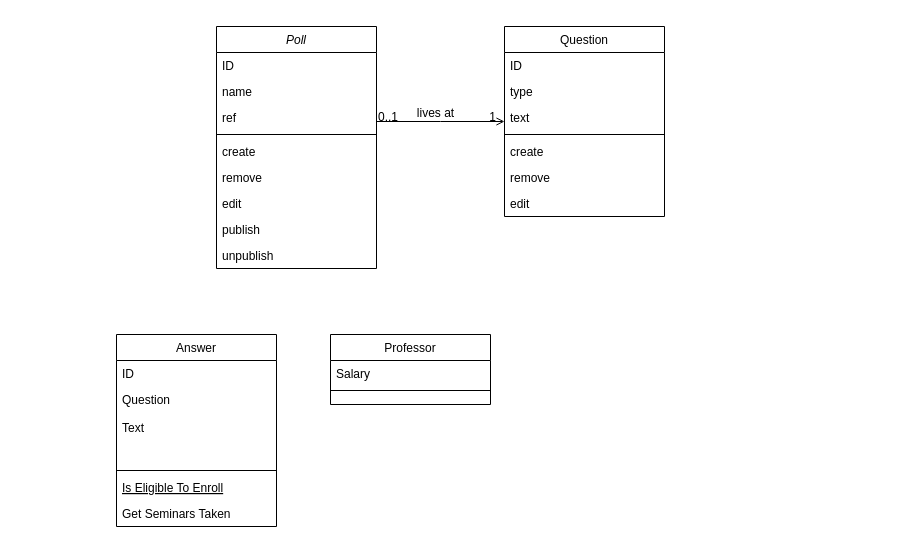
Above: diagrams/Диаграмма классов.drawio in alisiya89/DisTest (draw.io), before the change. Source tidied: cells renumbered, new cells numbered last; positions are measured from the earlier drawing's top-left corner, leaving out a move shared by most shapes. Both pictures are drawn from the tidied source at 100%, with x=0, y=0 at pixel (116, 26).
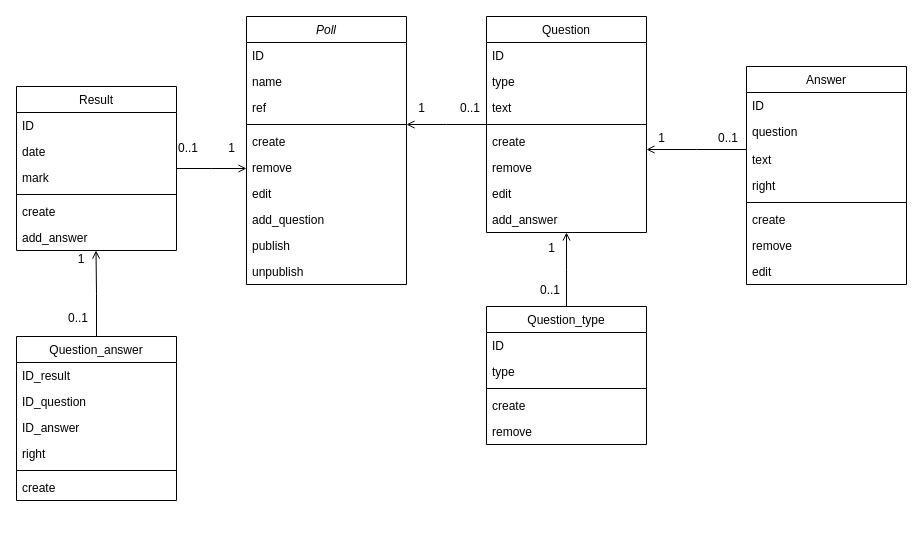
After the change.

Change to the diagram source:
```diff
@@
     <mxCell id="2" value="Poll" style="swimlane;fontStyle=2;align=center;verticalAlign=top;horizontal=1;startSize=26;rounded=0;shadow=0;strokeWidth=1;" parent="1" vertex="1">
-      <mxGeometry x="100" width="160" height="242" as="geometry" />
+      <mxGeometry x="130" y="-10" width="160" height="268" as="geometry" />
     </mxCell>
@@
+    <mxCell id="35" value="add_question" style="text;align=left;verticalAlign=top;spacingLeft=4;spacingRight=4;overflow=hidden;rounded=0;shadow=0;html=0;" parent="2" vertex="1">
+      <mxGeometry y="190" width="160" height="26" as="geometry" />
+    </mxCell>
     <mxCell id="10" value="publish" style="text;align=left;verticalAlign=top;spacingLeft=4;spacingRight=4;overflow=hidden;rounded=0;shadow=0;html=0;" parent="2" vertex="1">
-      <mxGeometry y="190" width="160" height="26" as="geometry" />
+      <mxGeometry y="216" width="160" height="26" as="geometry" />
     </mxCell>
     <mxCell id="11" value="unpublish" style="text;align=left;verticalAlign=top;spacingLeft=4;spacingRight=4;overflow=hidden;rounded=0;shadow=0;html=0;" parent="2" vertex="1">
-      <mxGeometry y="216" width="160" height="26" as="geometry" />
+      <mxGeometry y="242" width="160" height="26" as="geometry" />
     </mxCell>
     <mxCell id="12" value="Answer" style="swimlane;fontStyle=0;align=center;verticalAlign=top;horizontal=1;startSize=26;rounded=0;shadow=0;strokeWidth=1;" parent="1" vertex="1">
-      <mxGeometry y="308" width="160" height="192" as="geometry" />
+      <mxGeometry x="630" y="40" width="160" height="218" as="geometry" />
     </mxCell>
@@
-    <mxCell id="14" value="Question" style="text;align=left;verticalAlign=top;spacingLeft=4;spacingRight=4;overflow=hidden;rounded=0;shadow=0;html=0;" parent="12" vertex="1">
+    <mxCell id="14" value="question" style="text;align=left;verticalAlign=top;spacingLeft=4;spacingRight=4;overflow=hidden;rounded=0;shadow=0;html=0;" parent="12" vertex="1">
       <mxGeometry y="52" width="160" height="28" as="geometry" />
     </mxCell>
-    <mxCell id="15" value="Text" style="text;align=left;verticalAlign=top;spacingLeft=4;spacingRight=4;overflow=hidden;rounded=0;shadow=0;html=0;" parent="12" vertex="1">
+    <mxCell id="15" value="text" style="text;align=left;verticalAlign=top;spacingLeft=4;spacingRight=4;overflow=hidden;rounded=0;shadow=0;html=0;" parent="12" vertex="1">
       <mxGeometry y="80" width="160" height="26" as="geometry" />
     </mxCell>
-    <mxCell id="16" style="text;align=left;verticalAlign=top;spacingLeft=4;spacingRight=4;overflow=hidden;rounded=0;shadow=0;html=0;" parent="12" vertex="1">
+    <mxCell id="16" value="right" style="text;align=left;verticalAlign=top;spacingLeft=4;spacingRight=4;overflow=hidden;rounded=0;shadow=0;html=0;" parent="12" vertex="1">
       <mxGeometry y="106" width="160" height="26" as="geometry" />
     </mxCell>
@@
-    <mxCell id="18" value="Is Eligible To Enroll" style="text;align=left;verticalAlign=top;spacingLeft=4;spacingRight=4;overflow=hidden;fontStyle=4;" parent="12" vertex="1">
-      <mxGeometry y="140" width="160" height="26" as="geometry" />
-    </mxCell>
-    <mxCell id="19" value="Get Seminars Taken" style="text;align=left;verticalAlign=top;spacingLeft=4;spacingRight=4;overflow=hidden;" parent="12" vertex="1">
-      <mxGeometry y="166" width="160" height="26" as="geometry" />
+    <mxCell id="19" value="create" style="text;align=left;verticalAlign=top;spacingLeft=4;spacingRight=4;overflow=hidden;" parent="12" vertex="1">
+      <mxGeometry y="140" width="160" height="26" as="geometry" />
     </mxCell>
+    <mxCell id="36" value="remove" style="text;align=left;verticalAlign=top;spacingLeft=4;spacingRight=4;overflow=hidden;" parent="12" vertex="1">
+      <mxGeometry y="166" width="160" height="26" as="geometry" />
+    </mxCell>
+    <mxCell id="37" value="edit" style="text;align=left;verticalAlign=top;spacingLeft=4;spacingRight=4;overflow=hidden;" parent="12" vertex="1">
+      <mxGeometry y="192" width="160" height="26" as="geometry" />
+    </mxCell>
-    <mxCell id="20" value="Professor" style="swimlane;fontStyle=0;align=center;verticalAlign=top;horizontal=1;startSize=26;rounded=0;shadow=0;strokeWidth=1;" parent="1" vertex="1">
-      <mxGeometry x="214" y="308" width="160" height="70" as="geometry" />
+    <mxCell id="20" value="Question_type" style="swimlane;fontStyle=0;align=center;verticalAlign=top;horizontal=1;startSize=26;rounded=0;shadow=0;strokeWidth=1;" parent="1" vertex="1">
+      <mxGeometry x="370" y="280" width="160" height="138" as="geometry" />
     </mxCell>
-    <mxCell id="21" value="Salary" style="text;align=left;verticalAlign=top;spacingLeft=4;spacingRight=4;overflow=hidden;" parent="20" vertex="1">
+    <mxCell id="21" value="ID" style="text;align=left;verticalAlign=top;spacingLeft=4;spacingRight=4;overflow=hidden;" parent="20" vertex="1">
       <mxGeometry y="26" width="160" height="26" as="geometry" />
     </mxCell>
+    <mxCell id="38" value="type" style="text;align=left;verticalAlign=top;spacingLeft=4;spacingRight=4;overflow=hidden;" parent="20" vertex="1">
+      <mxGeometry y="52" width="160" height="26" as="geometry" />
+    </mxCell>
     <mxCell id="22" style="line;html=1;strokeWidth=1;align=left;verticalAlign=middle;spacingTop=-1;spacingLeft=3;spacingRight=3;labelPosition=right;" parent="20" vertex="1">
-      <mxGeometry y="52" width="160" height="8" as="geometry" />
+      <mxGeometry y="78" width="160" height="8" as="geometry" />
     </mxCell>
+    <mxCell id="39" value="create" style="text;align=left;verticalAlign=top;spacingLeft=4;spacingRight=4;overflow=hidden;" parent="20" vertex="1">
+      <mxGeometry y="86" width="160" height="26" as="geometry" />
+    </mxCell>
+    <mxCell id="40" value="remove" style="text;align=left;verticalAlign=top;spacingLeft=4;spacingRight=4;overflow=hidden;" parent="20" vertex="1">
+      <mxGeometry y="112" width="160" height="26" as="geometry" />
+    </mxCell>
     <mxCell id="23" value="Question" style="swimlane;fontStyle=0;align=center;verticalAlign=top;horizontal=1;startSize=26;rounded=0;shadow=0;strokeWidth=1;" parent="1" vertex="1">
-      <mxGeometry x="388" width="160" height="190" as="geometry" />
+      <mxGeometry x="370" y="-10" width="160" height="216" as="geometry" />
     </mxCell>
@@
+    <mxCell id="41" value="add_answer" style="text;align=left;verticalAlign=top;spacingLeft=4;spacingRight=4;overflow=hidden;" parent="23" vertex="1">
+      <mxGeometry y="190" width="160" height="26" as="geometry" />
+    </mxCell>
-    <mxCell id="31" style="endArrow=open;shadow=0;strokeWidth=1;rounded=0;endFill=1;edgeStyle=elbowEdgeStyle;elbow=vertical;" parent="1" edge="1" source="2" target="23">
+    <mxCell id="31" style="endArrow=open;shadow=0;strokeWidth=1;rounded=0;endFill=1;edgeStyle=elbowEdgeStyle;elbow=vertical;" parent="1" edge="1" source="23" target="2">
       <mxGeometry x="0.5" y="41" relative="1" as="geometry">
         <mxPoint x="-40" y="32" as="offset" />
       </mxGeometry>
     </mxCell>
     <mxCell id="32" value="0..1" style="align=left;verticalAlign=bottom;labelBackgroundColor=none;fontSize=12;" parent="31" vertex="1">
       <mxGeometry x="-1" relative="1" as="geometry">
-        <mxPoint y="4" as="offset" />
+        <mxPoint x="-28" y="-8" as="offset" />
       </mxGeometry>
     </mxCell>
     <mxCell id="33" value="1" style="align=right;verticalAlign=bottom;labelBackgroundColor=none;fontSize=12;" parent="31" vertex="1">
       <mxGeometry x="1" relative="1" as="geometry">
-        <mxPoint x="-7" y="4" as="offset" />
+        <mxPoint x="20" y="-8" as="offset" />
       </mxGeometry>
     </mxCell>
-    <mxCell id="34" value="lives at" style="text;html=1;align=center;verticalAlign=middle;labelBackgroundColor=none;rounded=0;shadow=0;strokeWidth=1;fontSize=12;" parent="31" vertex="1">
-      <mxGeometry x="0.5" y="49" relative="1" as="geometry">
-        <mxPoint x="-38" y="40" as="offset" />
-      </mxGeometry>
-    </mxCell>
+    <mxCell id="42" value="Result" style="swimlane;fontStyle=0;align=center;verticalAlign=top;horizontal=1;startSize=26;rounded=0;shadow=0;strokeWidth=1;" parent="1" vertex="1">
+      <mxGeometry x="-100" y="60" width="160" height="164" as="geometry" />
+    </mxCell>
+    <mxCell id="43" value="ID" style="text;align=left;verticalAlign=top;spacingLeft=4;spacingRight=4;overflow=hidden;" parent="42" vertex="1">
+      <mxGeometry y="26" width="160" height="26" as="geometry" />
+    </mxCell>
+    <mxCell id="44" value="date" style="text;align=left;verticalAlign=top;spacingLeft=4;spacingRight=4;overflow=hidden;" parent="42" vertex="1">
+      <mxGeometry y="52" width="160" height="26" as="geometry" />
+    </mxCell>
+    <mxCell id="45" value="mark" style="text;align=left;verticalAlign=top;spacingLeft=4;spacingRight=4;overflow=hidden;" parent="42" vertex="1">
+      <mxGeometry y="78" width="160" height="26" as="geometry" />
+    </mxCell>
+    <mxCell id="46" style="line;html=1;strokeWidth=1;align=left;verticalAlign=middle;spacingTop=-1;spacingLeft=3;spacingRight=3;labelPosition=right;" parent="42" vertex="1">
+      <mxGeometry y="104" width="160" height="8" as="geometry" />
+    </mxCell>
+    <mxCell id="47" value="create" style="text;align=left;verticalAlign=top;spacingLeft=4;spacingRight=4;overflow=hidden;" parent="42" vertex="1">
+      <mxGeometry y="112" width="160" height="26" as="geometry" />
+    </mxCell>
+    <mxCell id="48" style="endArrow=open;shadow=0;strokeWidth=1;rounded=0;endFill=1;edgeStyle=elbowEdgeStyle;elbow=vertical;" parent="42" edge="1" source="52">
+      <mxGeometry x="0.5" y="41" relative="1" as="geometry">
+        <mxPoint x="79.5" y="164" as="targetPoint" />
+        <mxPoint x="-40" y="32" as="offset" />
+      </mxGeometry>
+    </mxCell>
+    <mxCell id="49" value="0..1" style="align=left;verticalAlign=bottom;labelBackgroundColor=none;fontSize=12;" parent="48" vertex="1">
+      <mxGeometry x="-1" relative="1" as="geometry">
+        <mxPoint x="-30" y="-10" as="offset" />
+      </mxGeometry>
+    </mxCell>
+    <mxCell id="50" value="1" style="align=right;verticalAlign=bottom;labelBackgroundColor=none;fontSize=12;" parent="48" vertex="1">
+      <mxGeometry x="1" relative="1" as="geometry">
+        <mxPoint x="-10" y="17" as="offset" />
+      </mxGeometry>
+    </mxCell>
+    <mxCell id="51" value="add_answer" style="text;align=left;verticalAlign=top;spacingLeft=4;spacingRight=4;overflow=hidden;" parent="42" vertex="1">
+      <mxGeometry y="138" width="160" height="26" as="geometry" />
+    </mxCell>
+    <mxCell id="52" value="Question_answer" style="swimlane;fontStyle=0;align=center;verticalAlign=top;horizontal=1;startSize=26;rounded=0;shadow=0;strokeWidth=1;" parent="1" vertex="1">
+      <mxGeometry x="-100" y="310" width="160" height="164" as="geometry" />
+    </mxCell>
+    <mxCell id="53" value="ID_result" style="text;align=left;verticalAlign=top;spacingLeft=4;spacingRight=4;overflow=hidden;" parent="52" vertex="1">
+      <mxGeometry y="26" width="160" height="26" as="geometry" />
+    </mxCell>
+    <mxCell id="54" value="ID_question" style="text;align=left;verticalAlign=top;spacingLeft=4;spacingRight=4;overflow=hidden;" parent="52" vertex="1">
+      <mxGeometry y="52" width="160" height="26" as="geometry" />
+    </mxCell>
+    <mxCell id="55" value="ID_answer" style="text;align=left;verticalAlign=top;spacingLeft=4;spacingRight=4;overflow=hidden;" parent="52" vertex="1">
+      <mxGeometry y="78" width="160" height="26" as="geometry" />
+    </mxCell>
+    <mxCell id="56" value="right" style="text;align=left;verticalAlign=top;spacingLeft=4;spacingRight=4;overflow=hidden;" parent="52" vertex="1">
+      <mxGeometry y="104" width="160" height="26" as="geometry" />
+    </mxCell>
+    <mxCell id="57" style="line;html=1;strokeWidth=1;align=left;verticalAlign=middle;spacingTop=-1;spacingLeft=3;spacingRight=3;labelPosition=right;" parent="52" vertex="1">
+      <mxGeometry y="130" width="160" height="8" as="geometry" />
+    </mxCell>
+    <mxCell id="58" value="create" style="text;align=left;verticalAlign=top;spacingLeft=4;spacingRight=4;overflow=hidden;" parent="52" vertex="1">
+      <mxGeometry y="138" width="160" height="26" as="geometry" />
+    </mxCell>
+    <mxCell id="59" style="endArrow=open;shadow=0;strokeWidth=1;rounded=0;endFill=1;edgeStyle=elbowEdgeStyle;elbow=vertical;" parent="1" edge="1" source="12" target="23">
+      <mxGeometry x="0.5" y="41" relative="1" as="geometry">
+        <mxPoint x="-40" y="32" as="offset" />
+      </mxGeometry>
+    </mxCell>
+    <mxCell id="60" value="0..1" style="align=left;verticalAlign=bottom;labelBackgroundColor=none;fontSize=12;" parent="59" vertex="1">
+      <mxGeometry x="-1" relative="1" as="geometry">
+        <mxPoint x="-30" y="-3" as="offset" />
+      </mxGeometry>
+    </mxCell>
+    <mxCell id="61" value="1" style="align=right;verticalAlign=bottom;labelBackgroundColor=none;fontSize=12;" parent="59" vertex="1">
+      <mxGeometry x="1" relative="1" as="geometry">
+        <mxPoint x="20" y="-3" as="offset" />
+      </mxGeometry>
+    </mxCell>
+    <mxCell id="62" style="endArrow=open;shadow=0;strokeWidth=1;rounded=0;endFill=1;edgeStyle=elbowEdgeStyle;elbow=vertical;" parent="1" edge="1" source="42" target="2">
+      <mxGeometry x="0.5" y="41" relative="1" as="geometry">
+        <mxPoint x="-40" y="32" as="offset" />
+      </mxGeometry>
+    </mxCell>
+    <mxCell id="63" value="0..1" style="align=left;verticalAlign=bottom;labelBackgroundColor=none;fontSize=12;" parent="62" vertex="1">
+      <mxGeometry x="-1" relative="1" as="geometry">
+        <mxPoint y="-12" as="offset" />
+      </mxGeometry>
+    </mxCell>
+    <mxCell id="64" value="1" style="align=right;verticalAlign=bottom;labelBackgroundColor=none;fontSize=12;" parent="62" vertex="1">
+      <mxGeometry x="1" relative="1" as="geometry">
+        <mxPoint x="-10" y="-12" as="offset" />
+      </mxGeometry>
+    </mxCell>
+    <mxCell id="65" style="endArrow=open;shadow=0;strokeWidth=1;rounded=0;endFill=1;edgeStyle=elbowEdgeStyle;elbow=vertical;" parent="1" edge="1" source="20" target="23">
+      <mxGeometry x="0.5" y="41" relative="1" as="geometry">
+        <mxPoint x="-40" y="32" as="offset" />
+      </mxGeometry>
+    </mxCell>
+    <mxCell id="66" value="0..1" style="align=left;verticalAlign=bottom;labelBackgroundColor=none;fontSize=12;" parent="65" vertex="1">
+      <mxGeometry x="-1" relative="1" as="geometry">
+        <mxPoint x="-28" y="-8" as="offset" />
+      </mxGeometry>
+    </mxCell>
+    <mxCell id="67" value="1" style="align=right;verticalAlign=bottom;labelBackgroundColor=none;fontSize=12;" parent="65" vertex="1">
+      <mxGeometry x="1" relative="1" as="geometry">
+        <mxPoint x="-10" y="24" as="offset" />
+      </mxGeometry>
+    </mxCell>
```
